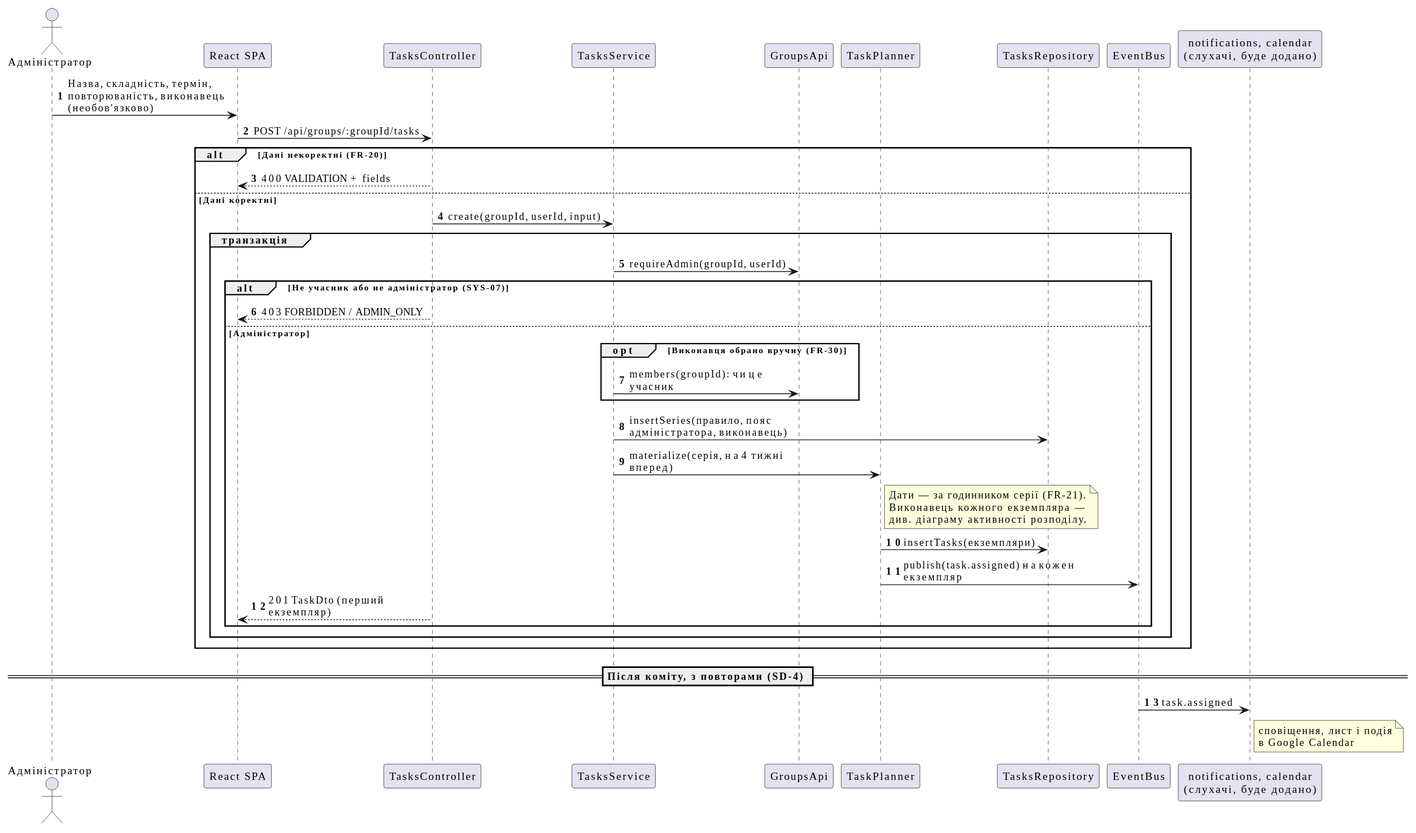
The PlantUML diagram docs/diagrams/sequence/svg/sd-1-create-task.svg in mzabrodin/Errandly, before a commit. The source it was exported from:
```plantuml
@startuml
skinparam shadowing false
skinparam defaultFontName "Inter, Segoe UI, Arial"
skinparam maxMessageSize 220
skinparam ResponseMessageBelowArrow true
autonumber

actor "Адміністратор" as Admin
participant "React SPA" as SPA
participant "TasksController" as Ctrl
participant "TasksService" as Svc
participant "GroupsApi" as Groups
participant "TaskPlanner" as Planner
participant "TasksRepository" as Repo
participant "EventBus" as Bus
participant "notifications, calendar\n(слухачі, буде додано)" as Listeners

Admin -> SPA : Назва, складність, термін,\nповторюваність, виконавець (необов'язково)
SPA -> Ctrl : POST /api/groups/:groupId/tasks
alt Дані некоректні (FR-20)
  Ctrl --> SPA : 400 VALIDATION + fields
else Дані коректні
  Ctrl -> Svc : create(groupId, userId, input)
  group транзакція
    Svc -> Groups : requireAdmin(groupId, userId)
    alt Не учасник або не адміністратор (SYS-07)
      Ctrl --> SPA : 403 FORBIDDEN / ADMIN_ONLY
    else Адміністратор
      opt Виконавця обрано вручну (FR-30)
        Svc -> Groups : members(groupId): чи це учасник
      end
      Svc -> Repo : insertSeries(правило, пояс адміністратора, виконавець)
      Svc -> Planner : materialize(серія, на 4 тижні вперед)
      note right of Planner
        Дати — за годинником серії (FR-21).
        Виконавець кожного екземпляра —
        див. діаграму активності розподілу.
      end note
      Planner -> Repo : insertTasks(екземпляри)
      Planner -> Bus : publish(task.assigned) на кожен екземпляр
      Ctrl --> SPA : 201 TaskDto (перший екземпляр)
    end
  end
end

== Після коміту, з повторами (SD-4) ==
Bus -> Listeners : task.assigned
note right of Listeners : сповіщення, лист і подія\nв Google Calendar
@enduml
```
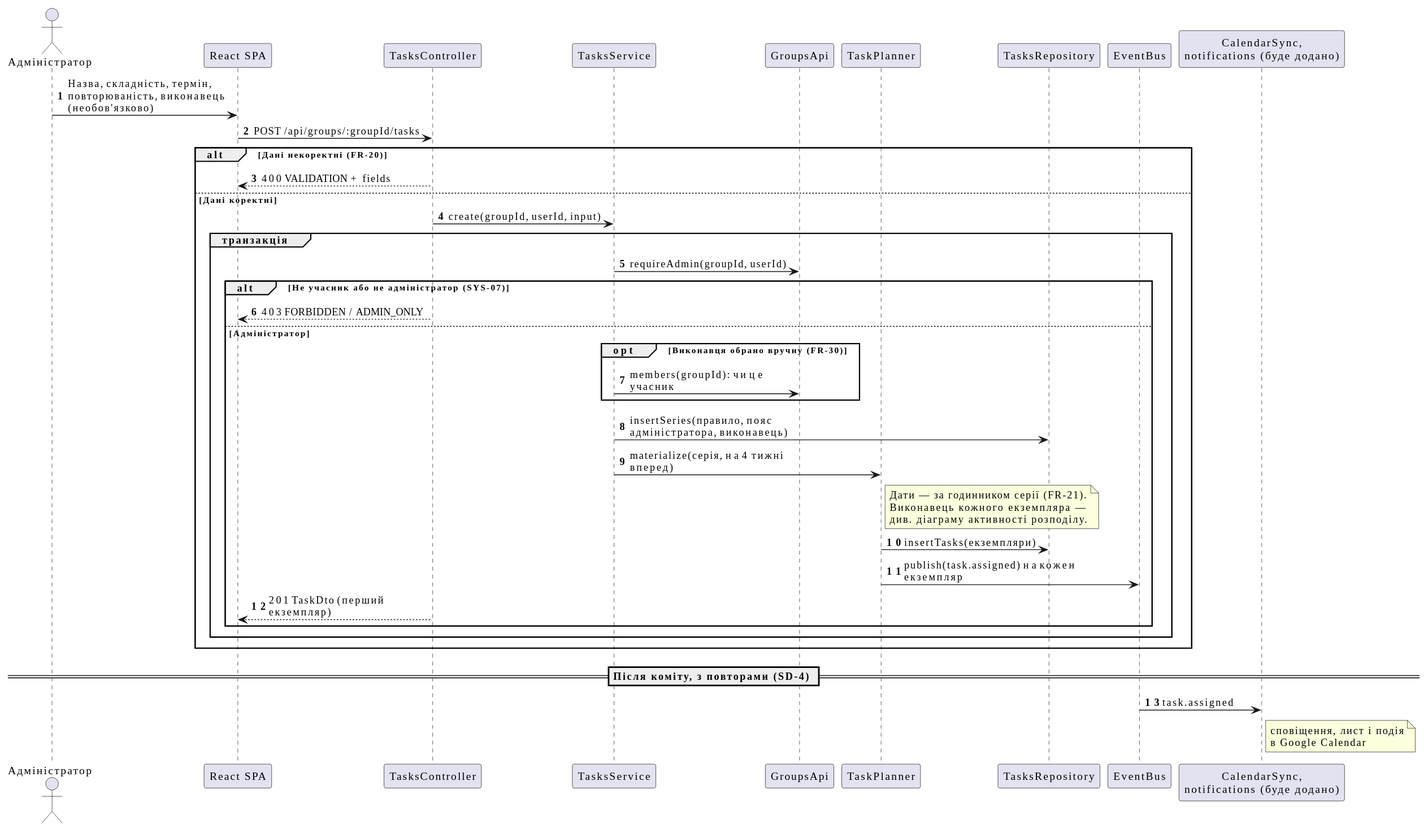
The same diagram one commit later.

Change to the diagram source:
```diff
@@ -13,7 +13,7 @@
 participant "TaskPlanner" as Planner
 participant "TasksRepository" as Repo
 participant "EventBus" as Bus
-participant "notifications, calendar\n(слухачі, буде додано)" as Listeners
+participant "CalendarSync,\nnotifications (буде додано)" as Listeners
 
 Admin -> SPA : Назва, складність, термін,\nповторюваність, виконавець (необов'язково)
 SPA -> Ctrl : POST /api/groups/:groupId/tasks
```
